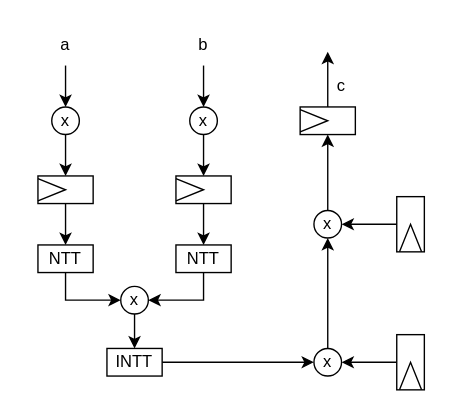
Earlier version of the draw.io diagram page "Page-1" (1 of 6) of bcs/images/FPGA_crypto.drawio (vikke1234/bcs). Source tidied: cells renumbered, new cells numbered last; positions are measured from the earlier drawing's top-left corner, leaving out a move shared by most shapes. Both pictures are drawn from the tidied source at 138%, with x=0, y=0 at pixel (23, 23).
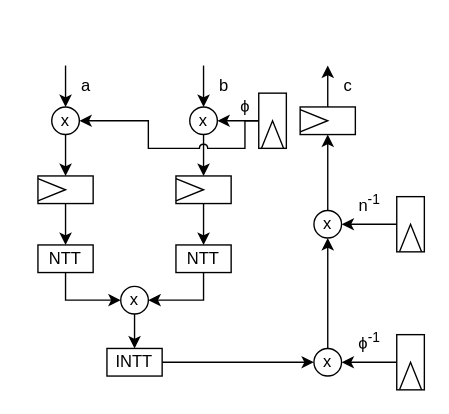
The same page after the edit.

Unchanged cells that the change refers to:
```xml
<mxCell id="3" value="x" style="ellipse;whiteSpace=wrap;html=1;" parent="1" vertex="1">
  <mxGeometry x="20" y="60" width="20" height="20" as="geometry" />
</mxCell>
<mxCell id="12" value="x" style="ellipse;whiteSpace=wrap;html=1;" parent="1" vertex="1">
  <mxGeometry x="120" y="60" width="20" height="20" as="geometry" />
</mxCell>
<mxCell id="24" style="verticalLabelPosition=bottom;align=center;outlineConnect=0;dashed=0;html=1;verticalAlign=top;shape=mxgraph.pid.flow_sensors.wedge;rotation=-90;" parent="1" vertex="1">
  <mxGeometry x="210" y="50" width="20" height="40" as="geometry" />
</mxCell>
```

The edit, as a diff of the source:
```diff
@@
-    <mxCell id="2" style="endArrow=classic;html=1;rounded=0;" parent="1" edge="1" source="27" target="3">
-      <mxGeometry relative="1" as="geometry" />
+    <mxCell id="2" style="endArrow=classic;html=1;rounded=0;" parent="1" edge="1" target="3">
+      <mxGeometry relative="1" as="geometry">
+        <mxPoint x="30" y="30" as="sourcePoint" />
+      </mxGeometry>
     </mxCell>
@@
     <mxCell id="25" style="endArrow=classic;html=1;rounded=0;exitX=1;exitY=0.5;exitDx=0;exitDy=0;exitPerimeter=0;" parent="1" edge="1" source="24">
       <mxGeometry relative="1" as="geometry">
-        <mxPoint x="220" y="20" as="targetPoint" />
+        <mxPoint x="220" y="30" as="targetPoint" />
       </mxGeometry>
     </mxCell>
     <mxCell id="26" value="c" style="text;html=1;strokeColor=none;fillColor=none;align=center;verticalAlign=middle;whiteSpace=wrap;rounded=0;" parent="1" vertex="1">
-      <mxGeometry x="200" y="30" width="60" height="30" as="geometry" />
+      <mxGeometry x="230" y="40" width="10" height="10" as="geometry" />
     </mxCell>
     <mxCell id="27" value="a" style="text;html=1;strokeColor=none;fillColor=none;align=center;verticalAlign=middle;whiteSpace=wrap;rounded=0;" parent="1" vertex="1">
-      <mxGeometry width="60" height="30" as="geometry" />
+      <mxGeometry x="40" y="40" width="10" height="10" as="geometry" />
     </mxCell>
     <mxCell id="28" value="b" style="text;html=1;strokeColor=none;fillColor=none;align=center;verticalAlign=middle;whiteSpace=wrap;rounded=0;" parent="1" vertex="1">
-      <mxGeometry x="100" width="60" height="30" as="geometry" />
+      <mxGeometry x="140" y="40" width="10" height="10" as="geometry" />
     </mxCell>
@@
+    <mxCell id="33" value="n&lt;sup&gt;-1&lt;/sup&gt;" style="text;html=1;align=center;verticalAlign=middle;strokeColor=none;fillColor=none;" parent="1" vertex="1">
+      <mxGeometry x="235" y="120" width="30" height="20" as="geometry" />
+    </mxCell>
+    <mxCell id="34" value="&lt;span class=&quot;ILfuVd NA6bn&quot;&gt;&lt;span class=&quot;hgKElc&quot;&gt;ϕ&lt;sup&gt;-1&lt;/sup&gt;&lt;/span&gt;&lt;/span&gt;" style="text;html=1;align=center;verticalAlign=middle;strokeColor=none;fillColor=none;" parent="1" vertex="1">
+      <mxGeometry x="235" y="220" width="30" height="20" as="geometry" />
+    </mxCell>
+    <mxCell id="35" style="edgeStyle=orthogonalEdgeStyle;rounded=0;jumpStyle=arc;jettySize=auto;html=1;exitX=1;exitY=0.5;exitDx=0;exitDy=0;exitPerimeter=0;entryX=1;entryY=0.5;entryDx=0;entryDy=0;shadow=0;" parent="1" edge="1" source="37" target="12">
+      <mxGeometry relative="1" as="geometry">
+        <Array as="points">
+          <mxPoint x="170" y="70" />
+        </Array>
+      </mxGeometry>
+    </mxCell>
+    <mxCell id="36" style="edgeStyle=orthogonalEdgeStyle;rounded=0;jumpStyle=arc;jettySize=auto;html=1;exitX=1;exitY=0.5;exitDx=0;exitDy=0;exitPerimeter=0;entryX=1;entryY=0.5;entryDx=0;entryDy=0;shadow=0;" parent="1" edge="1" source="37" target="3">
+      <mxGeometry relative="1" as="geometry">
+        <Array as="points">
+          <mxPoint x="160" y="70" />
+          <mxPoint x="160" y="90" />
+          <mxPoint x="90" y="90" />
+          <mxPoint x="90" y="70" />
+        </Array>
+      </mxGeometry>
+    </mxCell>
+    <mxCell id="37" style="verticalLabelPosition=bottom;align=center;outlineConnect=0;dashed=0;html=1;verticalAlign=top;shape=mxgraph.pid.flow_sensors.wedge;rotation=-180;" parent="1" vertex="1">
+      <mxGeometry x="170" y="50" width="20" height="40" as="geometry" />
+    </mxCell>
+    <mxCell id="38" value="&lt;span class=&quot;ILfuVd NA6bn&quot;&gt;&lt;span class=&quot;hgKElc&quot;&gt;ϕ&lt;/span&gt;&lt;/span&gt;" style="text;html=1;align=center;verticalAlign=middle;strokeColor=none;fillColor=none;" parent="1" vertex="1">
+      <mxGeometry x="150" y="50" width="20" height="20" as="geometry" />
+    </mxCell>
```
